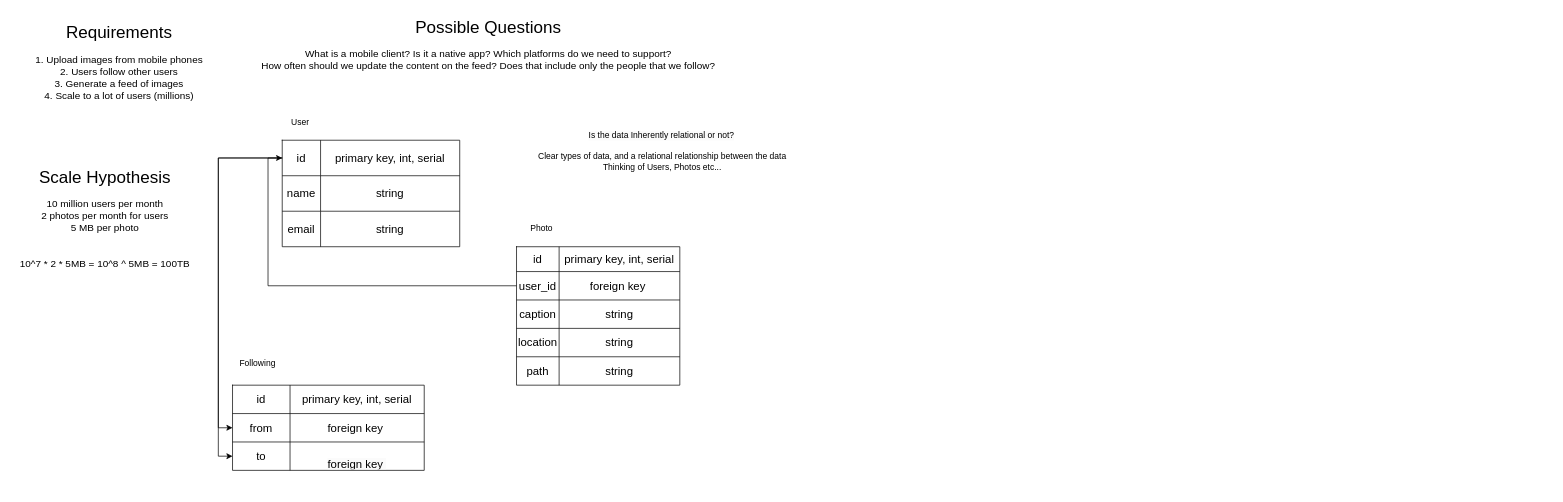
Earlier version of the draw.io diagram Untitled Diagram.drawio (VukanCekic/system-design). Source tidied: cells renumbered, new cells numbered last; positions are measured from the earlier drawing's top-left corner, leaving out a move shared by most shapes. Both pictures are drawn from the tidied source at 71%, with x=0, y=0 at pixel (12, 12).
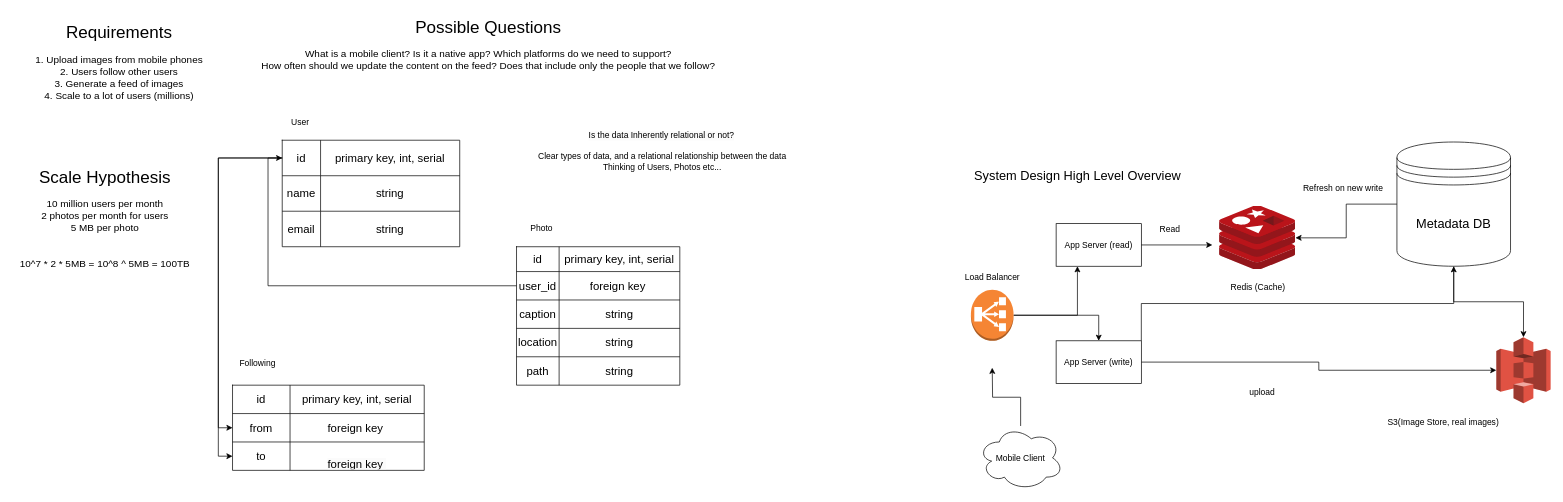
The same page after the edit.

Change to the diagram source:
```diff
@@
+    <mxCell id="51" style="edgeStyle=orthogonalEdgeStyle;rounded=0;jettySize=auto;html=1;entryX=0.5;entryY=0;entryDx=0;entryDy=0;entryPerimeter=0;" parent="1" edge="1" source="53" target="54">
+      <mxGeometry relative="1" as="geometry" />
+    </mxCell>
+    <mxCell id="52" style="edgeStyle=orthogonalEdgeStyle;rounded=0;jettySize=auto;html=1;" parent="1" edge="1" source="53" target="56">
+      <mxGeometry relative="1" as="geometry" />
+    </mxCell>
+    <mxCell id="53" value="&lt;font style=&quot;font-size: 18px;&quot;&gt;Metadata DB&lt;/font&gt;" style="shape=datastore;whiteSpace=wrap;html=1;" parent="1" vertex="1">
+      <mxGeometry x="1950" y="182.5" width="160" height="175" as="geometry" />
+    </mxCell>
+    <mxCell id="54" style="outlineConnect=0;dashed=0;verticalLabelPosition=bottom;verticalAlign=top;align=center;html=1;shape=mxgraph.aws3.s3;fillColor=#E05243;gradientColor=none;" parent="1" vertex="1">
+      <mxGeometry x="2090" y="457.5" width="76.5" height="93" as="geometry" />
+    </mxCell>
+    <mxCell id="55" value="S3(Image Store, real images)" style="text;html=1;align=center;verticalAlign=middle;strokeColor=none;fillColor=none;" parent="1" vertex="1">
+      <mxGeometry x="1925" y="562.5" width="180" height="30" as="geometry" />
+    </mxCell>
+    <mxCell id="56" style="image;sketch=0;html=1;points=[];align=center;fontSize=12;image=img/lib/mscae/Cache_Redis_Product.svg;" parent="1" vertex="1">
+      <mxGeometry x="1700" y="272.5" width="107.1" height="90" as="geometry" />
+    </mxCell>
+    <mxCell id="57" value="App Server (read)" style="rounded=0;whiteSpace=wrap;html=1;" parent="1" vertex="1">
+      <mxGeometry x="1470" y="297.5" width="120" height="60" as="geometry" />
+    </mxCell>
+    <mxCell id="58" style="edgeStyle=orthogonalEdgeStyle;rounded=0;jettySize=auto;html=1;exitX=1;exitY=0.5;exitDx=0;exitDy=0;" parent="1" edge="1" source="60" target="54">
+      <mxGeometry relative="1" as="geometry" />
+    </mxCell>
+    <mxCell id="59" style="edgeStyle=orthogonalEdgeStyle;rounded=0;jettySize=auto;html=1;exitX=1;exitY=0;exitDx=0;exitDy=0;" parent="1" edge="1" source="60" target="53">
+      <mxGeometry relative="1" as="geometry" />
+    </mxCell>
+    <mxCell id="60" value="App Server (write)" style="rounded=0;whiteSpace=wrap;html=1;" parent="1" vertex="1">
+      <mxGeometry x="1470" y="462.5" width="120" height="60" as="geometry" />
+    </mxCell>
+    <mxCell id="61" style="edgeStyle=orthogonalEdgeStyle;rounded=0;jettySize=auto;html=1;exitX=1;exitY=0.5;exitDx=0;exitDy=0;entryX=-0.093;entryY=0.611;entryDx=0;entryDy=0;entryPerimeter=0;" parent="1" edge="1" source="57" target="56">
+      <mxGeometry relative="1" as="geometry" />
+    </mxCell>
+    <mxCell id="62" value="Redis (Cache)" style="text;html=1;align=center;verticalAlign=middle;strokeColor=none;fillColor=none;" parent="1" vertex="1">
+      <mxGeometry x="1703.6" y="372.5" width="100" height="30" as="geometry" />
+    </mxCell>
+    <mxCell id="63" value="Read" style="text;html=1;align=center;verticalAlign=middle;strokeColor=none;fillColor=none;" parent="1" vertex="1">
+      <mxGeometry x="1605" y="290.5" width="50" height="30" as="geometry" />
+    </mxCell>
+    <mxCell id="64" value="Refresh on new write" style="text;html=1;align=center;verticalAlign=middle;strokeColor=none;fillColor=none;" parent="1" vertex="1">
+      <mxGeometry x="1803.6" y="232.5" width="140" height="30" as="geometry" />
+    </mxCell>
+    <mxCell id="65" value="upload&lt;br&gt;" style="text;html=1;align=center;verticalAlign=middle;strokeColor=none;fillColor=none;" parent="1" vertex="1">
+      <mxGeometry x="1730" y="520.5" width="60" height="30" as="geometry" />
+    </mxCell>
+    <mxCell id="66" style="edgeStyle=orthogonalEdgeStyle;rounded=0;jettySize=auto;html=1;entryX=0.25;entryY=1;entryDx=0;entryDy=0;" parent="1" edge="1" source="68" target="57">
+      <mxGeometry relative="1" as="geometry" />
+    </mxCell>
+    <mxCell id="67" style="edgeStyle=orthogonalEdgeStyle;rounded=0;jettySize=auto;html=1;entryX=0.5;entryY=0;entryDx=0;entryDy=0;" parent="1" edge="1" source="68" target="60">
+      <mxGeometry relative="1" as="geometry" />
+    </mxCell>
+    <mxCell id="68" style="outlineConnect=0;dashed=0;verticalLabelPosition=bottom;verticalAlign=top;align=center;html=1;shape=mxgraph.aws3.classic_load_balancer;fillColor=#F58534;gradientColor=none;" parent="1" vertex="1">
+      <mxGeometry x="1350" y="390.5" width="60" height="72" as="geometry" />
+    </mxCell>
+    <mxCell id="69" value="Load Balancer&lt;br&gt;" style="text;html=1;align=center;verticalAlign=middle;strokeColor=none;fillColor=none;" parent="1" vertex="1">
+      <mxGeometry x="1330" y="357.5" width="100" height="30" as="geometry" />
+    </mxCell>
+    <mxCell id="70" style="edgeStyle=orthogonalEdgeStyle;rounded=0;jettySize=auto;html=1;" parent="1" edge="1" source="71">
+      <mxGeometry relative="1" as="geometry">
+        <mxPoint x="1380" y="500.5" as="targetPoint" />
+      </mxGeometry>
+    </mxCell>
+    <mxCell id="71" value="Mobile Client" style="ellipse;shape=cloud;whiteSpace=wrap;html=1;" parent="1" vertex="1">
+      <mxGeometry x="1360" y="582.5" width="120" height="90" as="geometry" />
+    </mxCell>
+    <mxCell id="72" value="&lt;font style=&quot;font-size: 18px;&quot;&gt;System Design High Level Overview&lt;/font&gt;" style="text;html=1;align=center;verticalAlign=middle;strokeColor=none;fillColor=none;" parent="1" vertex="1">
+      <mxGeometry x="1345" y="210" width="310" height="40" as="geometry" />
+    </mxCell>
```
